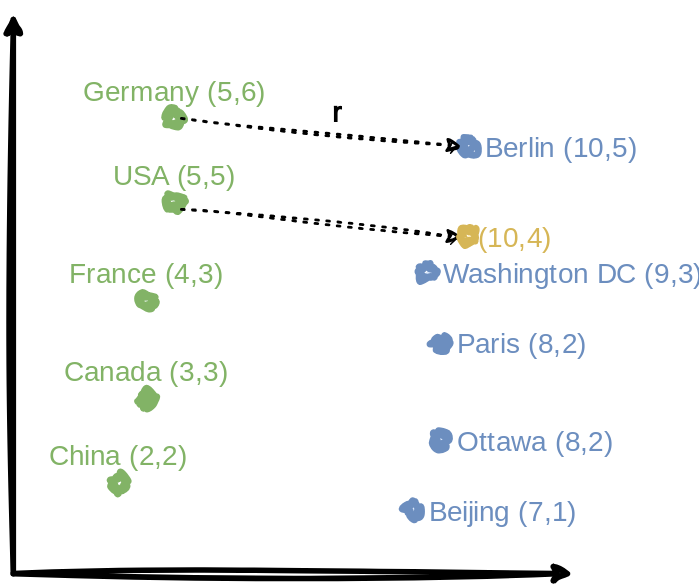
Earlier version of the draw.io export docs/img/vector-space-models-countries-capitals.drawio.svg (pkeilbach/htwg-practical-nlp). Source tidied: cells renumbered, new cells last; positions are measured from the earlier drawing's top-left corner, leaving out a move shared by most shapes. Source of this version:
```xml
<mxGraphModel math="1">
  <root>
    <mxCell id="0" />
    <mxCell id="1" parent="0" />
    <mxCell id="2" style="endArrow=classic;html=1;sketch=1;hachureGap=4;jiggle=2;curveFitting=1;fontFamily=Architects Daughter;fontSource=https%3A%2F%2Ffonts.googleapis.com%2Fcss%3Ffamily%3DArchitects%2BDaughter;fontSize=16;strokeWidth=4;" parent="1" edge="1">
      <mxGeometry relative="1" as="geometry">
        <mxPoint y="400" as="sourcePoint" />
        <mxPoint as="targetPoint" />
      </mxGeometry>
    </mxCell>
    <mxCell id="3" style="endArrow=classic;html=1;sketch=1;hachureGap=4;jiggle=2;curveFitting=1;fontFamily=Architects Daughter;fontSource=https%3A%2F%2Ffonts.googleapis.com%2Fcss%3Ffamily%3DArchitects%2BDaughter;fontSize=16;verticalAlign=middle;labelPosition=center;verticalLabelPosition=middle;align=center;strokeWidth=4;" parent="1" edge="1">
      <mxGeometry relative="1" as="geometry">
        <mxPoint y="400" as="sourcePoint" />
        <mxPoint x="400" y="400" as="targetPoint" />
      </mxGeometry>
    </mxCell>
    <mxCell id="4" value="Germany (5,6)" style="shape=ellipse;fillColor=#d5e8d4;strokeColor=#82b366;html=1;sketch=1;hachureGap=4;jiggle=2;curveFitting=1;fontFamily=Architects Daughter;fontSource=https%3A%2F%2Ffonts.googleapis.com%2Fcss%3Ffamily%3DArchitects%2BDaughter;fontSize=20;strokeWidth=5;labelPosition=center;verticalLabelPosition=top;align=center;verticalAlign=bottom;fontColor=#82b366;" parent="1" vertex="1">
      <mxGeometry x="110" y="70" width="10" height="10" as="geometry" />
    </mxCell>
    <mxCell id="5" value="USA (5,5)" style="shape=ellipse;fillColor=#d5e8d4;strokeColor=#82b366;html=1;sketch=1;hachureGap=4;jiggle=2;curveFitting=1;fontFamily=Architects Daughter;fontSource=https%3A%2F%2Ffonts.googleapis.com%2Fcss%3Ffamily%3DArchitects%2BDaughter;fontSize=20;strokeWidth=5;labelPosition=center;verticalLabelPosition=top;align=center;verticalAlign=bottom;fontColor=#82b366;direction=south;" parent="1" vertex="1">
      <mxGeometry x="110" y="130" width="10" height="10" as="geometry" />
    </mxCell>
    <mxCell id="6" value="France (4,3)" style="shape=ellipse;fillColor=#d5e8d4;strokeColor=#82b366;html=1;sketch=1;hachureGap=4;jiggle=2;curveFitting=1;fontFamily=Architects Daughter;fontSource=https%3A%2F%2Ffonts.googleapis.com%2Fcss%3Ffamily%3DArchitects%2BDaughter;fontSize=20;strokeWidth=5;labelPosition=center;verticalLabelPosition=top;align=center;verticalAlign=bottom;fontColor=#82b366;direction=south;" parent="1" vertex="1">
      <mxGeometry x="90" y="200" width="10" height="10" as="geometry" />
    </mxCell>
    <mxCell id="7" value="Canada (3,3)" style="shape=ellipse;fillColor=#d5e8d4;strokeColor=#82b366;html=1;sketch=1;hachureGap=4;jiggle=2;curveFitting=1;fontFamily=Architects Daughter;fontSource=https%3A%2F%2Ffonts.googleapis.com%2Fcss%3Ffamily%3DArchitects%2BDaughter;fontSize=20;strokeWidth=5;labelPosition=center;verticalLabelPosition=top;align=center;verticalAlign=bottom;fontColor=#82b366;direction=west;" parent="1" vertex="1">
      <mxGeometry x="90" y="270" width="10" height="10" as="geometry" />
    </mxCell>
    <mxCell id="8" value="China (2,2)&amp;nbsp;" style="shape=ellipse;fillColor=#d5e8d4;strokeColor=#82b366;html=1;sketch=1;hachureGap=4;jiggle=2;curveFitting=1;fontFamily=Architects Daughter;fontSource=https%3A%2F%2Ffonts.googleapis.com%2Fcss%3Ffamily%3DArchitects%2BDaughter;fontSize=20;strokeWidth=5;labelPosition=center;verticalLabelPosition=top;align=center;verticalAlign=bottom;fontColor=#82b366;direction=west;" parent="1" vertex="1">
      <mxGeometry x="70" y="330" width="10" height="10" as="geometry" />
    </mxCell>
    <mxCell id="9" value="Berlin (10,5)" style="shape=ellipse;fillColor=#dae8fc;strokeColor=#6c8ebf;html=1;sketch=1;hachureGap=4;jiggle=2;curveFitting=1;fontFamily=Architects Daughter;fontSource=https%3A%2F%2Ffonts.googleapis.com%2Fcss%3Ffamily%3DArchitects%2BDaughter;fontSize=20;strokeWidth=5;labelPosition=right;verticalLabelPosition=middle;align=left;verticalAlign=middle;fontColor=#6c8ebf;spacingLeft=5;" parent="1" vertex="1">
      <mxGeometry x="320" y="90" width="10" height="10" as="geometry" />
    </mxCell>
    <mxCell id="10" value="Washington DC (9,3)" style="shape=ellipse;fillColor=#dae8fc;strokeColor=#6c8ebf;html=1;sketch=1;hachureGap=4;jiggle=2;curveFitting=1;fontFamily=Architects Daughter;fontSource=https%3A%2F%2Ffonts.googleapis.com%2Fcss%3Ffamily%3DArchitects%2BDaughter;fontSize=20;strokeWidth=5;labelPosition=right;verticalLabelPosition=middle;align=left;verticalAlign=middle;fontColor=#6c8ebf;spacingLeft=5;" parent="1" vertex="1">
      <mxGeometry x="290" y="180" width="10" height="10" as="geometry" />
    </mxCell>
    <mxCell id="11" value="Paris (8,2)" style="shape=ellipse;fillColor=#dae8fc;strokeColor=#6c8ebf;html=1;sketch=1;hachureGap=4;jiggle=2;curveFitting=1;fontFamily=Architects Daughter;fontSource=https%3A%2F%2Ffonts.googleapis.com%2Fcss%3Ffamily%3DArchitects%2BDaughter;fontSize=20;strokeWidth=5;labelPosition=right;verticalLabelPosition=middle;align=left;verticalAlign=middle;fontColor=#6c8ebf;spacingLeft=5;" parent="1" vertex="1">
      <mxGeometry x="300" y="230" width="10" height="10" as="geometry" />
    </mxCell>
    <mxCell id="12" value="Ottawa (8,2)" style="shape=ellipse;fillColor=#dae8fc;strokeColor=#6c8ebf;html=1;sketch=1;hachureGap=4;jiggle=2;curveFitting=1;fontFamily=Architects Daughter;fontSource=https%3A%2F%2Ffonts.googleapis.com%2Fcss%3Ffamily%3DArchitects%2BDaughter;fontSize=20;strokeWidth=5;labelPosition=right;verticalLabelPosition=middle;align=left;verticalAlign=middle;fontColor=#6c8ebf;spacingLeft=5;" parent="1" vertex="1">
      <mxGeometry x="300" y="300" width="10" height="10" as="geometry" />
    </mxCell>
    <mxCell id="13" value="Beijing (7,1)" style="shape=ellipse;fillColor=#dae8fc;strokeColor=#6c8ebf;html=1;sketch=1;hachureGap=4;jiggle=2;curveFitting=1;fontFamily=Architects Daughter;fontSource=https%3A%2F%2Ffonts.googleapis.com%2Fcss%3Ffamily%3DArchitects%2BDaughter;fontSize=20;strokeWidth=5;labelPosition=right;verticalLabelPosition=middle;align=left;verticalAlign=middle;fontColor=#6c8ebf;spacingLeft=5;" parent="1" vertex="1">
      <mxGeometry x="280" y="350" width="10" height="10" as="geometry" />
    </mxCell>
    <mxCell id="14" style="endArrow=classic;dashed=1;html=1;dashPattern=1 3;strokeWidth=2;sketch=1;hachureGap=4;jiggle=2;curveFitting=1;fontFamily=Architects Daughter;fontSource=https%3A%2F%2Ffonts.googleapis.com%2Fcss%3Ffamily%3DArchitects%2BDaughter;fontSize=16;fontColor=#6c8ebf;exitX=1;exitY=0.5;exitDx=0;exitDy=0;entryX=0;entryY=0.5;entryDx=0;entryDy=0;endFill=1;" parent="1" edge="1" source="4" target="9">
      <mxGeometry relative="1" as="geometry" />
    </mxCell>
    <mxCell id="15" value="r" style="edgeLabel;html=1;align=center;verticalAlign=middle;fontSize=20;fontFamily=Architects Daughter;fontStyle=1;" parent="14" vertex="1">
      <mxGeometry x="0.26" relative="1" as="geometry">
        <mxPoint x="-16" y="-18" as="offset" />
      </mxGeometry>
    </mxCell>
    <mxCell id="16" style="endArrow=classic;dashed=1;html=1;dashPattern=1 3;strokeWidth=2;sketch=1;hachureGap=4;jiggle=2;curveFitting=1;fontFamily=Architects Daughter;fontSource=https%3A%2F%2Ffonts.googleapis.com%2Fcss%3Ffamily%3DArchitects%2BDaughter;fontSize=16;fontColor=#6c8ebf;exitX=1;exitY=0.5;exitDx=0;exitDy=0;entryX=0;entryY=0.5;entryDx=0;entryDy=0;endFill=1;" parent="1" edge="1">
      <mxGeometry relative="1" as="geometry">
        <mxPoint x="120" y="140" as="sourcePoint" />
        <mxPoint x="320" y="160" as="targetPoint" />
      </mxGeometry>
    </mxCell>
    <mxCell id="17" value="(10,4)" style="shape=ellipse;fillColor=#fff2cc;strokeColor=#d6b656;html=1;sketch=1;hachureGap=4;jiggle=2;curveFitting=1;fontFamily=Architects Daughter;fontSource=https%3A%2F%2Ffonts.googleapis.com%2Fcss%3Ffamily%3DArchitects%2BDaughter;fontSize=20;strokeWidth=5;labelPosition=right;verticalLabelPosition=middle;align=left;verticalAlign=middle;fontColor=#d6b656;" parent="1" vertex="1">
      <mxGeometry x="320" y="154" width="10" height="10" as="geometry" />
    </mxCell>
  </root>
</mxGraphModel>
```
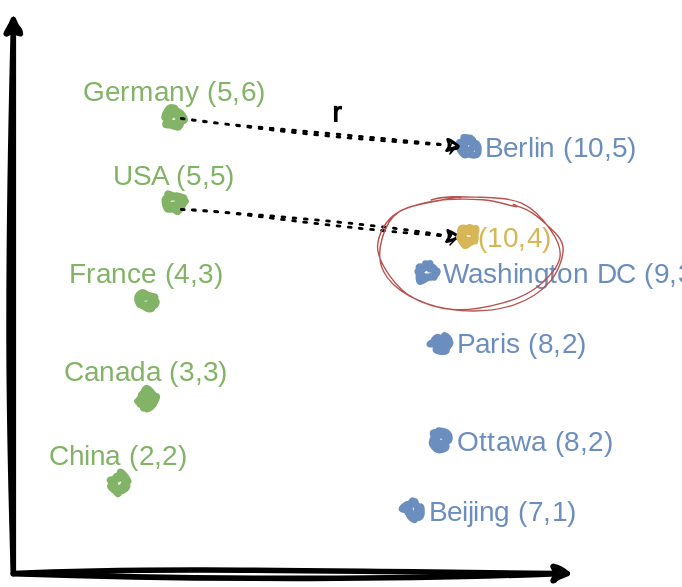
The same file after the commit.

The edit, as a diff of the source:
```diff
@@ -61,5 +61,8 @@
     <mxCell id="17" value="(10,4)" style="shape=ellipse;fillColor=#fff2cc;strokeColor=#d6b656;html=1;sketch=1;hachureGap=4;jiggle=2;curveFitting=1;fontFamily=Architects Daughter;fontSource=https%3A%2F%2Ffonts.googleapis.com%2Fcss%3Ffamily%3DArchitects%2BDaughter;fontSize=20;strokeWidth=5;labelPosition=right;verticalLabelPosition=middle;align=left;verticalAlign=middle;fontColor=#d6b656;" parent="1" vertex="1">
       <mxGeometry x="320" y="154" width="10" height="10" as="geometry" />
     </mxCell>
+    <mxCell id="18" style="ellipse;whiteSpace=wrap;html=1;sketch=1;hachureGap=4;jiggle=2;curveFitting=1;fontFamily=Architects Daughter;fontSource=https%3A%2F%2Ffonts.googleapis.com%2Fcss%3Ffamily%3DArchitects%2BDaughter;fontSize=20;fillColor=none;strokeColor=#b85450;" parent="1" vertex="1">
+      <mxGeometry x="260" y="130" width="130" height="80" as="geometry" />
+    </mxCell>
   </root>
 </mxGraphModel>
```
